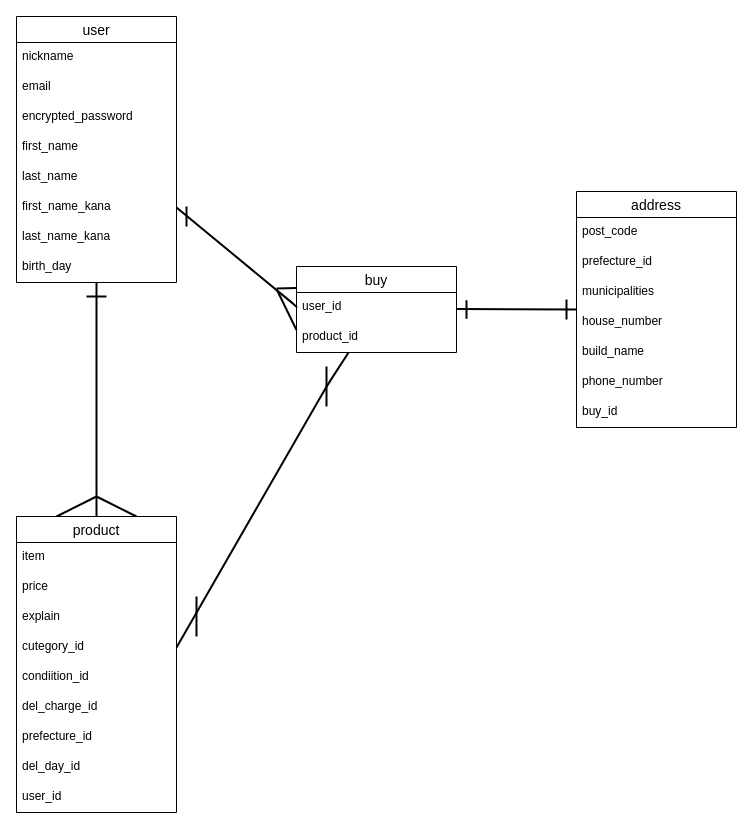
Above: ER.dio in asamoto1983/furima-38269 (draw.io), before the change. Source tidied: cells renumbered, new cells numbered last; positions are measured from the earlier drawing's top-left corner, leaving out a move shared by most shapes. Both pictures are drawn from the tidied source at 100%, with x=0, y=0 at pixel (16, 16).
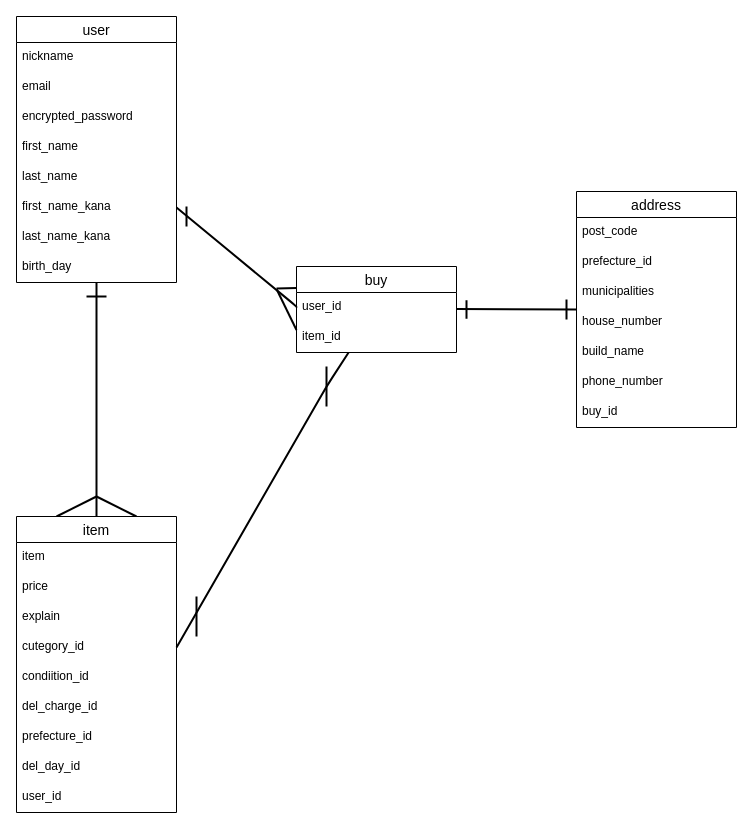
The same diagram, later.

The change refers to these unchanged cells:
```xml
<mxCell id="26" value="buy" style="swimlane;fontStyle=0;horizontal=1;startSize=26;align=center;fontSize=14;" parent="1" vertex="1">
  <mxGeometry x="280" y="250" width="160" height="86" as="geometry" />
</mxCell>
```

Diff of the diagram source:
```diff
@@
-    <mxCell id="14" value="product" style="swimlane;fontStyle=0;horizontal=1;startSize=26;align=center;fontSize=14;" parent="1" vertex="1">
+    <mxCell id="14" value="item" style="swimlane;fontStyle=0;horizontal=1;startSize=26;align=center;fontSize=14;" parent="1" vertex="1">
       <mxGeometry y="500" width="160" height="296" as="geometry" />
     </mxCell>
@@
-    <mxCell id="28" value="product_id" style="text;strokeColor=none;fillColor=none;spacingLeft=4;spacingRight=4;overflow=hidden;fontSize=12;" parent="26" vertex="1">
+    <mxCell id="28" value="item_id" style="text;strokeColor=none;fillColor=none;spacingLeft=4;spacingRight=4;overflow=hidden;fontSize=12;" parent="26" vertex="1">
       <mxGeometry y="56" width="160" height="30" as="geometry" />
     </mxCell>
```
